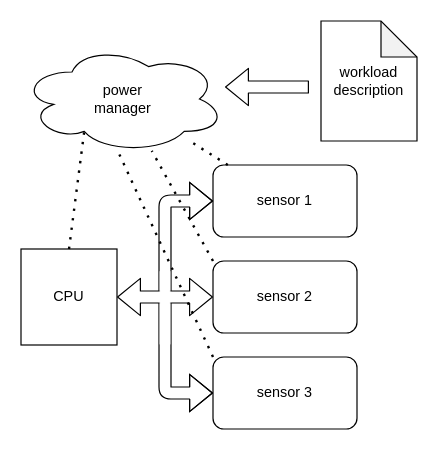
eml-eda/riscvsim-dpm keeps this draw.io diagram as dpm/drawio/blockscheme.drawio. Above is the earlier version. Source tidied: cells renumbered, new cells numbered last; positions are measured from the earlier drawing's top-left corner, leaving out a move shared by most shapes. Both pictures are drawn from the tidied source at 120%, with x=0, y=0 at pixel (20, 20).
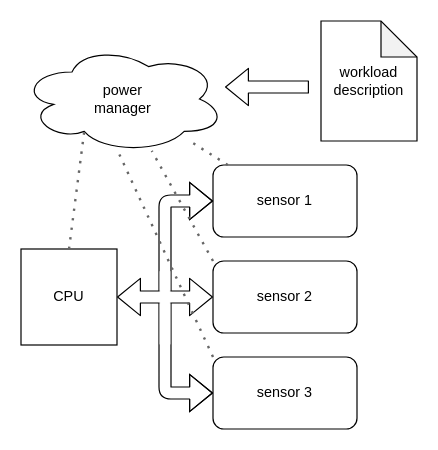
The same page after the edit.

Unchanged cells that the change refers to:
```xml
<mxCell id="3" value="CPU" style="whiteSpace=wrap;html=1;" parent="1" vertex="1">
  <mxGeometry y="190" width="80" height="80" as="geometry" />
</mxCell>
<mxCell id="4" value="sensor 1" style="rounded=1;whiteSpace=wrap;html=1;" parent="1" vertex="1">
  <mxGeometry x="160" y="120" width="120" height="60" as="geometry" />
</mxCell>
<mxCell id="5" value="sensor 3" style="rounded=1;whiteSpace=wrap;html=1;" parent="1" vertex="1">
  <mxGeometry x="160" y="280" width="120" height="60" as="geometry" />
</mxCell>
<mxCell id="6" value="sensor 2" style="rounded=1;whiteSpace=wrap;html=1;" parent="1" vertex="1">
  <mxGeometry x="160" y="200" width="120" height="60" as="geometry" />
</mxCell>
<mxCell id="10" value="power&lt;br&gt;manager" style="ellipse;shape=cloud;whiteSpace=wrap;html=1;strokeColor=#000000;" parent="1" vertex="1">
  <mxGeometry y="20" width="170" height="90" as="geometry" />
</mxCell>
```

The edit, as a diff of the source:
```diff
@@
-    <mxCell id="2" style="shape=flexArrow;endArrow=classic;html=1;entryX=0;entryY=0.5;entryDx=0;entryDy=0;startArrow=none;startFill=0;" parent="1" edge="1">
+    <mxCell id="2" style="shape=flexArrow;endArrow=classic;html=1;entryX=0;entryY=0.5;entryDx=0;entryDy=0;startArrow=none;startFill=0;fillColor=default;" parent="1" edge="1">
       <mxGeometry relative="1" as="geometry">
         <mxPoint x="120" y="230" as="sourcePoint" />
         <mxPoint x="160" y="310" as="targetPoint" />
         <Array as="points">
           <mxPoint x="120" y="310" />
         </Array>
       </mxGeometry>
     </mxCell>
@@
-    <mxCell id="7" style="shape=flexArrow;endArrow=classic;html=1;entryX=0;entryY=0.5;entryDx=0;entryDy=0;" parent="1" edge="1" target="4">
+    <mxCell id="7" style="shape=flexArrow;endArrow=classic;html=1;entryX=0;entryY=0.5;entryDx=0;entryDy=0;fillColor=default;" parent="1" edge="1" target="4">
       <mxGeometry relative="1" as="geometry">
         <mxPoint x="120" y="230" as="sourcePoint" />
         <Array as="points">
           <mxPoint x="120" y="150" />
         </Array>
       </mxGeometry>
     </mxCell>
@@
-    <mxCell id="11" style="endArrow=none;dashed=1;html=1;dashPattern=1 3;strokeWidth=2;strokeColor=default;fillColor=default;gradientColor=none;" parent="1" edge="1" source="4" target="10">
+    <mxCell id="11" style="endArrow=none;dashed=1;html=1;dashPattern=1 3;strokeWidth=2;strokeColor=#666666;fillColor=#f5f5f5;" parent="1" edge="1" source="4" target="10">
       <mxGeometry relative="1" as="geometry" />
     </mxCell>
-    <mxCell id="12" style="endArrow=none;dashed=1;html=1;dashPattern=1 3;strokeWidth=2;strokeColor=default;fillColor=default;gradientColor=none;exitX=0;exitY=0;exitDx=0;exitDy=0;" parent="1" edge="1" source="6" target="10">
+    <mxCell id="12" style="endArrow=none;dashed=1;html=1;dashPattern=1 3;strokeWidth=2;strokeColor=#666666;fillColor=#f5f5f5;exitX=0;exitY=0;exitDx=0;exitDy=0;" parent="1" edge="1" source="6" target="10">
       <mxGeometry relative="1" as="geometry" />
     </mxCell>
-    <mxCell id="13" style="endArrow=none;dashed=1;html=1;dashPattern=1 3;strokeWidth=2;strokeColor=default;fillColor=default;gradientColor=none;entryX=0.469;entryY=0.959;entryDx=0;entryDy=0;entryPerimeter=0;exitX=0;exitY=0;exitDx=0;exitDy=0;" parent="1" edge="1" source="5" target="10">
+    <mxCell id="13" style="endArrow=none;dashed=1;html=1;dashPattern=1 3;strokeWidth=2;strokeColor=#666666;fillColor=#f5f5f5;entryX=0.469;entryY=0.959;entryDx=0;entryDy=0;entryPerimeter=0;exitX=0;exitY=0;exitDx=0;exitDy=0;" parent="1" edge="1" source="5" target="10">
       <mxGeometry relative="1" as="geometry" />
     </mxCell>
-    <mxCell id="14" style="endArrow=none;dashed=1;html=1;dashPattern=1 3;strokeWidth=2;strokeColor=default;fillColor=default;gradientColor=none;entryX=0.31;entryY=0.8;entryDx=0;entryDy=0;entryPerimeter=0;exitX=0.5;exitY=0;exitDx=0;exitDy=0;" parent="1" edge="1" source="3" target="10">
+    <mxCell id="14" style="endArrow=none;dashed=1;html=1;dashPattern=1 3;strokeWidth=2;strokeColor=#666666;fillColor=#f5f5f5;entryX=0.31;entryY=0.8;entryDx=0;entryDy=0;entryPerimeter=0;exitX=0.5;exitY=0;exitDx=0;exitDy=0;" parent="1" edge="1" source="3" target="10">
       <mxGeometry relative="1" as="geometry" />
     </mxCell>
```
